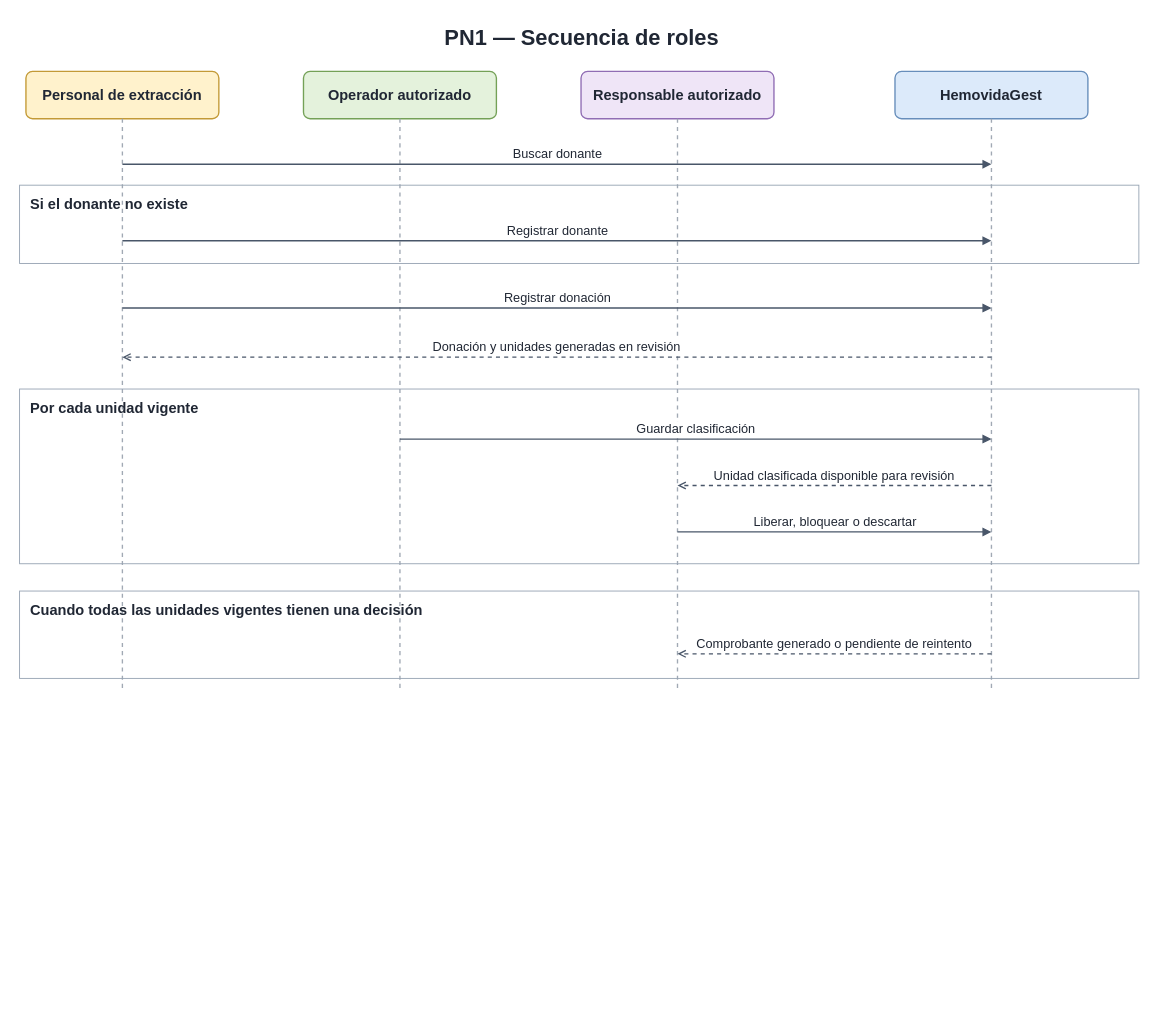
Earlier version of the draw.io diagram Diagramas/Secuencia de Roles/PN1_DiagramaSecuenciaRoles.drawio (juanNH/Ingenieria-de-Software). Source tidied: cells renumbered, new cells numbered last; positions are measured from the earlier drawing's top-left corner, leaving out a move shared by most shapes. Both pictures are drawn from the tidied source at 91%, with x=0, y=0 at pixel (15, 15).
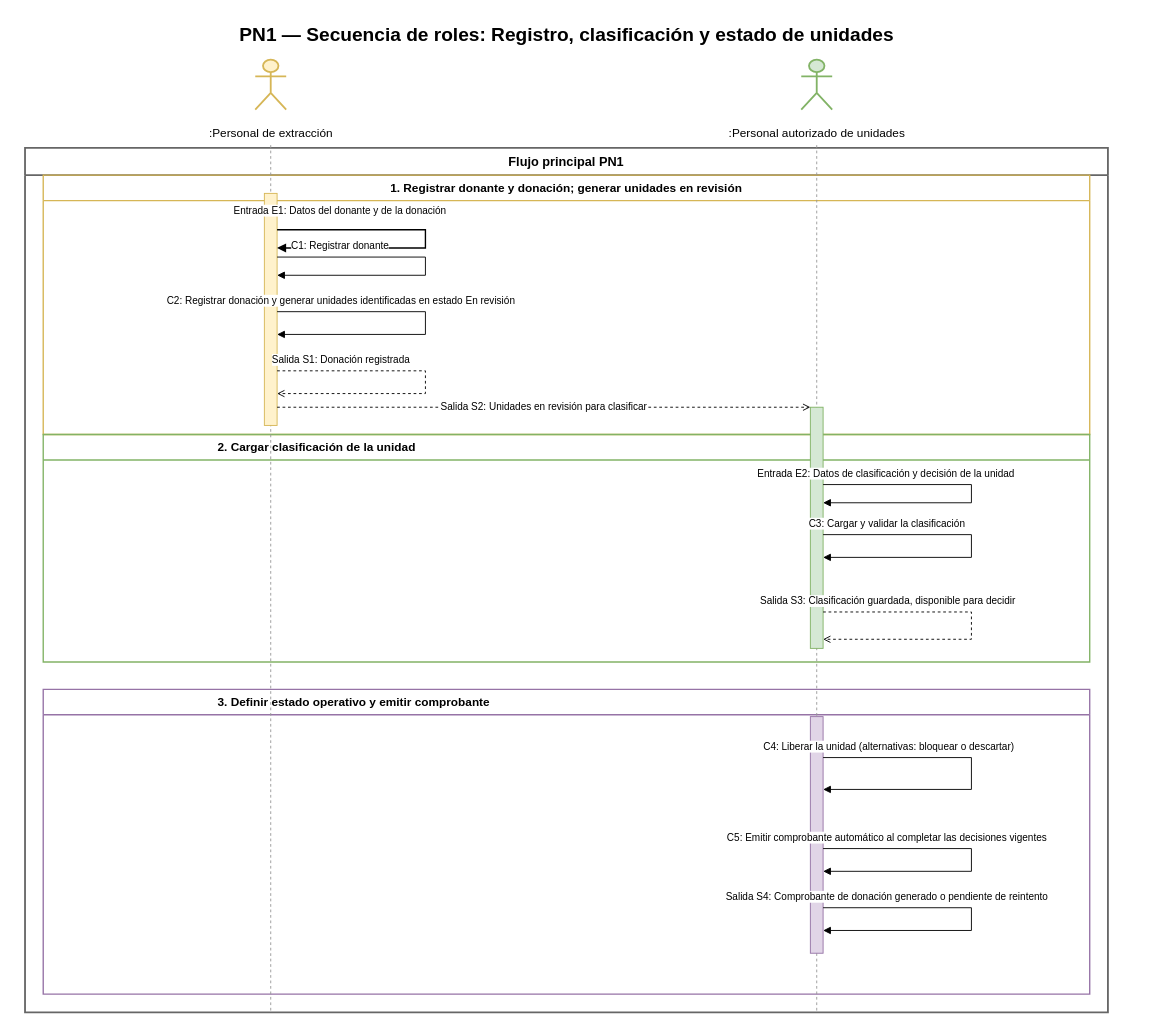
After the change.

What changed in the source:
```diff
@@
-    <mxCell id="2" value="PN1 — Secuencia de roles" style="html=1;whiteSpace=wrap;fontFamily=Arial;fontSize=16;fontColor=#202734;text;strokeColor=none;fillColor=none;align=center;verticalAlign=middle;fontSize=24;fontStyle=1;" parent="1" vertex="1">
-      <mxGeometry width="1244" height="48" as="geometry" />
+    <mxCell id="2" value="PN1 — Secuencia de roles: Registro, clasificación y estado de unidades" style="text;html=1;strokeColor=none;fillColor=none;fontStyle=1;fontSize=21;align=center;verticalAlign=middle;fontFamily=Arial;" parent="1" vertex="1">
+      <mxGeometry width="1210" height="40" as="geometry" />
     </mxCell>
-    <mxCell id="3" value="&lt;b&gt;Personal de extracción&lt;/b&gt;" style="html=1;whiteSpace=wrap;fontFamily=Arial;fontSize=16;fontColor=#202734;rounded=1;arcSize=14;strokeWidth=1.5;align=center;verticalAlign=middle;fillColor=#fff2cc;strokeColor=#c39a36;" parent="1" vertex="1">
-      <mxGeometry x="11" y="61" width="212" height="52" as="geometry" />
-    </mxCell>
+    <mxCell id="22" value="Flujo principal PN1" style="swimlane;startSize=30;horizontal=1;whiteSpace=wrap;html=1;fillColor=none;strokeColor=#666666;strokeWidth=2;fontStyle=1;fontSize=14;fontFamily=Arial;" parent="1" vertex="1">
+      <mxGeometry x="10" y="145" width="1190" height="950" as="geometry" />
+    </mxCell>
+    <mxCell id="23" value="1. Registrar donante y donación; generar unidades en revisión" style="swimlane;startSize=28;horizontal=1;whiteSpace=wrap;html=1;fillColor=none;strokeColor=#d6b656;strokeWidth=1.5;fontStyle=1;fontSize=13;fontFamily=Arial;" parent="1" vertex="1">
+      <mxGeometry x="30" y="175" width="1150" height="285" as="geometry" />
+    </mxCell>
+    <mxCell id="24" value="2. Cargar clasificación de la unidad" style="swimlane;startSize=28;horizontal=1;whiteSpace=wrap;html=1;fillColor=none;strokeColor=#82b366;strokeWidth=1.5;fontStyle=1;fontSize=13;fontFamily=Arial;align=left;spacingLeft=190;" parent="1" vertex="1">
+      <mxGeometry x="30" y="460" width="1150" height="250" as="geometry" />
+    </mxCell>
+    <mxCell id="25" value="3. Definir estado operativo y emitir comprobante" style="swimlane;startSize=28;horizontal=1;whiteSpace=wrap;html=1;fillColor=none;strokeColor=#9673a6;strokeWidth=1.5;fontStyle=1;fontSize=13;fontFamily=Arial;align=left;spacingLeft=190;" parent="1" vertex="1">
+      <mxGeometry x="30" y="740" width="1150" height="335" as="geometry" />
+    </mxCell>
+    <mxCell id="26" style="shape=umlActor;html=1;fillColor=#fff2cc;strokeColor=#d6b656;strokeWidth=2;" parent="1" vertex="1">
+      <mxGeometry x="263" y="48" width="34" height="55" as="geometry" />
+    </mxCell>
+    <mxCell id="27" value=":Personal de extracción" style="text;html=1;strokeColor=none;fillColor=none;fontSize=13;fontFamily=Arial;align=center;verticalAlign=middle;" parent="1" vertex="1">
+      <mxGeometry x="175" y="116" width="210" height="26" as="geometry" />
+    </mxCell>
+    <mxCell id="28" style="shape=umlActor;html=1;fillColor=#d5e8d4;strokeColor=#82b366;strokeWidth=2;" parent="1" vertex="1">
+      <mxGeometry x="863" y="48" width="34" height="55" as="geometry" />
+    </mxCell>
+    <mxCell id="29" value=":Personal autorizado de unidades" style="text;html=1;strokeColor=none;fillColor=none;fontSize=13;fontFamily=Arial;align=center;verticalAlign=middle;" parent="1" vertex="1">
+      <mxGeometry x="715" y="116" width="330" height="26" as="geometry" />
+    </mxCell>
-    <mxCell id="4" style="html=1;whiteSpace=wrap;fontFamily=Arial;fontSize=16;fontColor=#202734;edgeStyle=orthogonalEdgeStyle;rounded=0;endArrow=block;endFill=1;strokeColor=#495669;strokeWidth=1.5;fontSize=14;labelBackgroundColor=#ffffff;edgeStyle=none;dashed=1;endArrow=none;strokeColor=#a1a9b4;" parent="1" edge="1">
+    <mxCell id="4" style="endArrow=none;dashed=1;html=1;strokeColor=#999999;" parent="1" edge="1">
       <mxGeometry relative="1" as="geometry">
-        <mxPoint x="117" y="113" as="sourcePoint" />
-        <mxPoint x="117" y="742" as="targetPoint" />
+        <mxPoint x="280" y="142" as="sourcePoint" />
+        <mxPoint x="280" y="1095" as="targetPoint" />
       </mxGeometry>
     </mxCell>
-    <mxCell id="5" value="&lt;b&gt;Operador autorizado&lt;/b&gt;" style="html=1;whiteSpace=wrap;fontFamily=Arial;fontSize=16;fontColor=#202734;rounded=1;arcSize=14;strokeWidth=1.5;align=center;verticalAlign=middle;fillColor=#e4f2dc;strokeColor=#74a157;" parent="1" vertex="1">
-      <mxGeometry x="316" y="61" width="212" height="52" as="geometry" />
-    </mxCell>
-    <mxCell id="6" style="html=1;whiteSpace=wrap;fontFamily=Arial;fontSize=16;fontColor=#202734;edgeStyle=orthogonalEdgeStyle;rounded=0;endArrow=block;endFill=1;strokeColor=#495669;strokeWidth=1.5;fontSize=14;labelBackgroundColor=#ffffff;edgeStyle=none;dashed=1;endArrow=none;strokeColor=#a1a9b4;" parent="1" edge="1">
-      <mxGeometry relative="1" as="geometry">
-        <mxPoint x="422" y="113" as="sourcePoint" />
-        <mxPoint x="422" y="742" as="targetPoint" />
-      </mxGeometry>
-    </mxCell>
-    <mxCell id="7" value="&lt;b&gt;Responsable autorizado&lt;/b&gt;" style="html=1;whiteSpace=wrap;fontFamily=Arial;fontSize=16;fontColor=#202734;rounded=1;arcSize=14;strokeWidth=1.5;align=center;verticalAlign=middle;fillColor=#efe5f7;strokeColor=#906db4;" parent="1" vertex="1">
-      <mxGeometry x="621" y="61" width="212" height="52" as="geometry" />
-    </mxCell>
-    <mxCell id="8" style="html=1;whiteSpace=wrap;fontFamily=Arial;fontSize=16;fontColor=#202734;edgeStyle=orthogonalEdgeStyle;rounded=0;endArrow=block;endFill=1;strokeColor=#495669;strokeWidth=1.5;fontSize=14;labelBackgroundColor=#ffffff;edgeStyle=none;dashed=1;endArrow=none;strokeColor=#a1a9b4;" parent="1" edge="1">
-      <mxGeometry relative="1" as="geometry">
-        <mxPoint x="727" y="113" as="sourcePoint" />
-        <mxPoint x="727" y="742" as="targetPoint" />
-      </mxGeometry>
-    </mxCell>
-    <mxCell id="9" value="&lt;b&gt;HemovidaGest&lt;/b&gt;" style="html=1;whiteSpace=wrap;fontFamily=Arial;fontSize=16;fontColor=#202734;rounded=1;arcSize=14;strokeWidth=1.5;align=center;verticalAlign=middle;fillColor=#dceafa;strokeColor=#678ebb;" parent="1" vertex="1">
-      <mxGeometry x="966" y="61" width="212" height="52" as="geometry" />
-    </mxCell>
-    <mxCell id="10" style="html=1;whiteSpace=wrap;fontFamily=Arial;fontSize=16;fontColor=#202734;edgeStyle=orthogonalEdgeStyle;rounded=0;endArrow=block;endFill=1;strokeColor=#495669;strokeWidth=1.5;fontSize=14;labelBackgroundColor=#ffffff;edgeStyle=none;dashed=1;endArrow=none;strokeColor=#a1a9b4;" parent="1" edge="1">
-      <mxGeometry relative="1" as="geometry">
-        <mxPoint x="1072" y="113" as="sourcePoint" />
-        <mxPoint x="1072" y="742" as="targetPoint" />
-      </mxGeometry>
-    </mxCell>
-    <mxCell id="11" value="Buscar donante" style="html=1;whiteSpace=wrap;fontFamily=Arial;fontSize=16;fontColor=#202734;edgeStyle=orthogonalEdgeStyle;rounded=0;endArrow=block;endFill=1;strokeColor=#495669;strokeWidth=1.5;fontSize=14;labelBackgroundColor=#ffffff;edgeStyle=none;whiteSpace=nowrap;verticalAlign=bottom;verticalLabelPosition=top;" parent="1" edge="1">
-      <mxGeometry relative="1" as="geometry">
-        <mxPoint x="117" y="163" as="sourcePoint" />
-        <mxPoint x="1072" y="163" as="targetPoint" />
-      </mxGeometry>
-    </mxCell>
-    <mxCell id="12" value="Si el donante no existe" style="html=1;whiteSpace=wrap;fontFamily=Arial;fontSize=16;fontColor=#202734;rounded=0;fillColor=none;strokeColor=#97a4b3;align=left;verticalAlign=top;spacingTop=5;spacingLeft=10;fontStyle=1;" parent="1" vertex="1">
-      <mxGeometry x="4" y="186" width="1230" height="86" as="geometry" />
-    </mxCell>
-    <mxCell id="13" value="Registrar donante" style="html=1;whiteSpace=wrap;fontFamily=Arial;fontSize=16;fontColor=#202734;edgeStyle=orthogonalEdgeStyle;rounded=0;endArrow=block;endFill=1;strokeColor=#495669;strokeWidth=1.5;fontSize=14;labelBackgroundColor=#ffffff;edgeStyle=none;whiteSpace=nowrap;verticalAlign=bottom;verticalLabelPosition=top;" parent="1" edge="1">
-      <mxGeometry relative="1" as="geometry">
-        <mxPoint x="117" y="247" as="sourcePoint" />
-        <mxPoint x="1072" y="247" as="targetPoint" />
-      </mxGeometry>
-    </mxCell>
-    <mxCell id="14" value="Registrar donación" style="html=1;whiteSpace=wrap;fontFamily=Arial;fontSize=16;fontColor=#202734;edgeStyle=orthogonalEdgeStyle;rounded=0;endArrow=block;endFill=1;strokeColor=#495669;strokeWidth=1.5;fontSize=14;labelBackgroundColor=#ffffff;edgeStyle=none;whiteSpace=nowrap;verticalAlign=bottom;verticalLabelPosition=top;" parent="1" edge="1">
-      <mxGeometry relative="1" as="geometry">
-        <mxPoint x="117" y="321" as="sourcePoint" />
-        <mxPoint x="1072" y="321" as="targetPoint" />
-      </mxGeometry>
-    </mxCell>
-    <mxCell id="15" value="Donación y unidades generadas en revisión" style="html=1;whiteSpace=wrap;fontFamily=Arial;fontSize=16;fontColor=#202734;edgeStyle=orthogonalEdgeStyle;rounded=0;endArrow=block;endFill=1;strokeColor=#495669;strokeWidth=1.5;fontSize=14;labelBackgroundColor=#ffffff;edgeStyle=none;whiteSpace=nowrap;verticalAlign=bottom;verticalLabelPosition=top;dashed=1;endArrow=open;endFill=0;" parent="1" edge="1">
-      <mxGeometry relative="1" as="geometry">
-        <mxPoint x="1072" y="375" as="sourcePoint" />
-        <mxPoint x="117" y="375" as="targetPoint" />
-      </mxGeometry>
-    </mxCell>
-    <mxCell id="16" value="Por cada unidad vigente" style="html=1;whiteSpace=wrap;fontFamily=Arial;fontSize=16;fontColor=#202734;rounded=0;fillColor=none;strokeColor=#97a4b3;align=left;verticalAlign=top;spacingTop=5;spacingLeft=10;fontStyle=1;" parent="1" vertex="1">
-      <mxGeometry x="4" y="410" width="1230" height="192" as="geometry" />
-    </mxCell>
-    <mxCell id="17" value="Guardar clasificación" style="html=1;whiteSpace=wrap;fontFamily=Arial;fontSize=16;fontColor=#202734;edgeStyle=orthogonalEdgeStyle;rounded=0;endArrow=block;endFill=1;strokeColor=#495669;strokeWidth=1.5;fontSize=14;labelBackgroundColor=#ffffff;edgeStyle=none;whiteSpace=nowrap;verticalAlign=bottom;verticalLabelPosition=top;" parent="1" edge="1">
-      <mxGeometry relative="1" as="geometry">
-        <mxPoint x="422" y="465" as="sourcePoint" />
-        <mxPoint x="1072" y="465" as="targetPoint" />
-      </mxGeometry>
-    </mxCell>
-    <mxCell id="18" value="Unidad clasificada disponible para revisión" style="html=1;whiteSpace=wrap;fontFamily=Arial;fontSize=16;fontColor=#202734;edgeStyle=orthogonalEdgeStyle;rounded=0;endArrow=block;endFill=1;strokeColor=#495669;strokeWidth=1.5;fontSize=14;labelBackgroundColor=#ffffff;edgeStyle=none;whiteSpace=nowrap;verticalAlign=bottom;verticalLabelPosition=top;dashed=1;endArrow=open;endFill=0;" parent="1" edge="1">
-      <mxGeometry relative="1" as="geometry">
-        <mxPoint x="1072" y="516" as="sourcePoint" />
-        <mxPoint x="727" y="516" as="targetPoint" />
-      </mxGeometry>
-    </mxCell>
-    <mxCell id="19" value="Liberar, bloquear o descartar" style="html=1;whiteSpace=wrap;fontFamily=Arial;fontSize=16;fontColor=#202734;edgeStyle=orthogonalEdgeStyle;rounded=0;endArrow=block;endFill=1;strokeColor=#495669;strokeWidth=1.5;fontSize=14;labelBackgroundColor=#ffffff;edgeStyle=none;whiteSpace=nowrap;verticalAlign=bottom;verticalLabelPosition=top;" parent="1" edge="1">
-      <mxGeometry relative="1" as="geometry">
-        <mxPoint x="727" y="567" as="sourcePoint" />
-        <mxPoint x="1072" y="567" as="targetPoint" />
-      </mxGeometry>
-    </mxCell>
-    <mxCell id="20" value="Cuando todas las unidades vigentes tienen una decisión" style="html=1;whiteSpace=wrap;fontFamily=Arial;fontSize=16;fontColor=#202734;rounded=0;fillColor=none;strokeColor=#97a4b3;align=left;verticalAlign=top;spacingTop=5;spacingLeft=10;fontStyle=1;" parent="1" vertex="1">
-      <mxGeometry x="4" y="632" width="1230" height="96" as="geometry" />
-    </mxCell>
-    <mxCell id="21" value="Comprobante generado o pendiente de reintento" style="html=1;whiteSpace=wrap;fontFamily=Arial;fontSize=16;fontColor=#202734;edgeStyle=orthogonalEdgeStyle;rounded=0;endArrow=block;endFill=1;strokeColor=#495669;strokeWidth=1.5;fontSize=14;labelBackgroundColor=#ffffff;edgeStyle=none;whiteSpace=nowrap;verticalAlign=bottom;verticalLabelPosition=top;dashed=1;endArrow=open;endFill=0;" parent="1" edge="1">
-      <mxGeometry relative="1" as="geometry">
-        <mxPoint x="1072" y="701" as="sourcePoint" />
-        <mxPoint x="727" y="701" as="targetPoint" />
-      </mxGeometry>
-    </mxCell>
+    <mxCell id="30" style="endArrow=none;dashed=1;html=1;strokeColor=#999999;" parent="1" edge="1">
+      <mxGeometry relative="1" as="geometry">
+        <mxPoint x="880" y="142" as="sourcePoint" />
+        <mxPoint x="880" y="1095" as="targetPoint" />
+      </mxGeometry>
+    </mxCell>
+    <mxCell id="31" style="rounded=0;whiteSpace=wrap;html=1;fillColor=#fff2cc;strokeColor=#d6b656;" parent="1" vertex="1">
+      <mxGeometry x="273" y="195" width="14" height="255" as="geometry" />
+    </mxCell>
+    <mxCell id="32" style="rounded=0;whiteSpace=wrap;html=1;fillColor=#d5e8d4;strokeColor=#82b366;" parent="1" vertex="1">
+      <mxGeometry x="873" y="430" width="14" height="265" as="geometry" />
+    </mxCell>
+    <mxCell id="33" style="rounded=0;whiteSpace=wrap;html=1;fillColor=#e1d5e7;strokeColor=#9673a6;" parent="1" vertex="1">
+      <mxGeometry x="873" y="770" width="14" height="260" as="geometry" />
+    </mxCell>
+    <mxCell id="34" value="Entrada E1: Datos del donante y de la donación" style="endArrow=block;endFill=1;strokeColor=#000000;strokeWidth=1.5;html=1;rounded=0;fontSize=11;fontFamily=Arial;labelBackgroundColor=#ffffff;verticalLabelPosition=top;verticalAlign=bottom;" parent="1" edge="1">
+      <mxGeometry x="-0.6" relative="1" as="geometry">
+        <mxPoint x="287" y="235" as="sourcePoint" />
+        <mxPoint x="287" y="255" as="targetPoint" />
+        <Array as="points">
+          <mxPoint x="450" y="235" />
+          <mxPoint x="450" y="255" />
+        </Array>
+        <mxPoint y="-12" as="offset" />
+      </mxGeometry>
+    </mxCell>
+    <mxCell id="35" value="C1: Registrar donante" style="endArrow=block;html=1;rounded=0;fontSize=11;fontFamily=Arial;labelBackgroundColor=#ffffff;" parent="1" edge="1">
+      <mxGeometry x="-0.6" relative="1" as="geometry">
+        <mxPoint x="287" y="265" as="sourcePoint" />
+        <mxPoint x="287" y="285" as="targetPoint" />
+        <Array as="points">
+          <mxPoint x="450" y="265" />
+          <mxPoint x="450" y="285" />
+        </Array>
+        <mxPoint y="-12" as="offset" />
+      </mxGeometry>
+    </mxCell>
+    <mxCell id="36" value="C2: Registrar donación y generar unidades identificadas en estado En revisión" style="endArrow=block;html=1;rounded=0;fontSize=11;fontFamily=Arial;labelBackgroundColor=#ffffff;" parent="1" edge="1">
+      <mxGeometry x="-0.6" relative="1" as="geometry">
+        <mxPoint x="287" y="325" as="sourcePoint" />
+        <mxPoint x="287" y="350" as="targetPoint" />
+        <Array as="points">
+          <mxPoint x="450" y="325" />
+          <mxPoint x="450" y="350" />
+        </Array>
+        <mxPoint y="-12" as="offset" />
+      </mxGeometry>
+    </mxCell>
+    <mxCell id="37" value="Salida S1: Donación registrada" style="endArrow=open;endFill=0;html=1;rounded=0;dashed=1;fontSize=11;fontFamily=Arial;labelBackgroundColor=#ffffff;" parent="1" edge="1">
+      <mxGeometry x="-0.6" relative="1" as="geometry">
+        <mxPoint x="287" y="390" as="sourcePoint" />
+        <mxPoint x="287" y="415" as="targetPoint" />
+        <Array as="points">
+          <mxPoint x="450" y="390" />
+          <mxPoint x="450" y="415" />
+        </Array>
+        <mxPoint y="-12" as="offset" />
+      </mxGeometry>
+    </mxCell>
+    <mxCell id="38" value="Salida S2: Unidades en revisión para clasificar" style="endArrow=open;endFill=0;html=1;rounded=0;dashed=1;fontSize=11;fontFamily=Arial;labelBackgroundColor=#ffffff;" parent="1" edge="1">
+      <mxGeometry relative="1" as="geometry">
+        <mxPoint x="287" y="430" as="sourcePoint" />
+        <mxPoint x="873" y="430" as="targetPoint" />
+      </mxGeometry>
+    </mxCell>
+    <mxCell id="39" value="Entrada E2: Datos de clasificación y decisión de la unidad" style="endArrow=block;html=1;rounded=0;fontSize=11;fontFamily=Arial;labelBackgroundColor=#ffffff;" parent="1" edge="1">
+      <mxGeometry x="-0.6" relative="1" as="geometry">
+        <mxPoint x="887" y="515" as="sourcePoint" />
+        <mxPoint x="887" y="535" as="targetPoint" />
+        <Array as="points">
+          <mxPoint x="1050" y="515" />
+          <mxPoint x="1050" y="535" />
+        </Array>
+        <mxPoint y="-12" as="offset" />
+      </mxGeometry>
+    </mxCell>
+    <mxCell id="40" value="C3: Cargar y validar la clasificación" style="endArrow=block;html=1;rounded=0;fontSize=11;fontFamily=Arial;labelBackgroundColor=#ffffff;" parent="1" edge="1">
+      <mxGeometry x="-0.6" relative="1" as="geometry">
+        <mxPoint x="887" y="570" as="sourcePoint" />
+        <mxPoint x="887" y="595" as="targetPoint" />
+        <Array as="points">
+          <mxPoint x="1050" y="570" />
+          <mxPoint x="1050" y="595" />
+        </Array>
+        <mxPoint y="-12" as="offset" />
+      </mxGeometry>
+    </mxCell>
+    <mxCell id="41" value="Salida S3: Clasificación guardada, disponible para decidir" style="endArrow=open;endFill=0;html=1;rounded=0;dashed=1;fontSize=11;fontFamily=Arial;labelBackgroundColor=#ffffff;" parent="1" edge="1">
+      <mxGeometry x="-0.6" relative="1" as="geometry">
+        <mxPoint x="887" y="655" as="sourcePoint" />
+        <mxPoint x="887" y="685" as="targetPoint" />
+        <Array as="points">
+          <mxPoint x="1050" y="655" />
+          <mxPoint x="1050" y="685" />
+        </Array>
+        <mxPoint y="-12" as="offset" />
+      </mxGeometry>
+    </mxCell>
+    <mxCell id="42" value="C4: Liberar la unidad (alternativas: bloquear o descartar)" style="endArrow=block;html=1;rounded=0;fontSize=11;fontFamily=Arial;labelBackgroundColor=#ffffff;" parent="1" edge="1">
+      <mxGeometry x="-0.6" relative="1" as="geometry">
+        <mxPoint x="887" y="815" as="sourcePoint" />
+        <mxPoint x="887" y="850" as="targetPoint" />
+        <Array as="points">
+          <mxPoint x="1050" y="815" />
+          <mxPoint x="1050" y="850" />
+        </Array>
+        <mxPoint y="-12" as="offset" />
+      </mxGeometry>
+    </mxCell>
+    <mxCell id="43" value="C5: Emitir comprobante automático al completar las decisiones vigentes" style="endArrow=block;html=1;rounded=0;fontSize=11;fontFamily=Arial;labelBackgroundColor=#ffffff;" parent="1" edge="1">
+      <mxGeometry x="-0.6" relative="1" as="geometry">
+        <mxPoint x="887" y="915" as="sourcePoint" />
+        <mxPoint x="887" y="940" as="targetPoint" />
+        <Array as="points">
+          <mxPoint x="1050" y="915" />
+          <mxPoint x="1050" y="940" />
+        </Array>
+        <mxPoint y="-12" as="offset" />
+      </mxGeometry>
+    </mxCell>
+    <mxCell id="44" value="Salida S4: Comprobante de donación generado o pendiente de reintento" style="endArrow=block;html=1;rounded=0;fontSize=11;fontFamily=Arial;labelBackgroundColor=#ffffff;" parent="1" edge="1">
+      <mxGeometry x="-0.6" relative="1" as="geometry">
+        <mxPoint x="887" y="980" as="sourcePoint" />
+        <mxPoint x="887" y="1005" as="targetPoint" />
+        <Array as="points">
+          <mxPoint x="1050" y="980" />
+          <mxPoint x="1050" y="1005" />
+        </Array>
+        <mxPoint y="-12" as="offset" />
+      </mxGeometry>
+    </mxCell>
```
